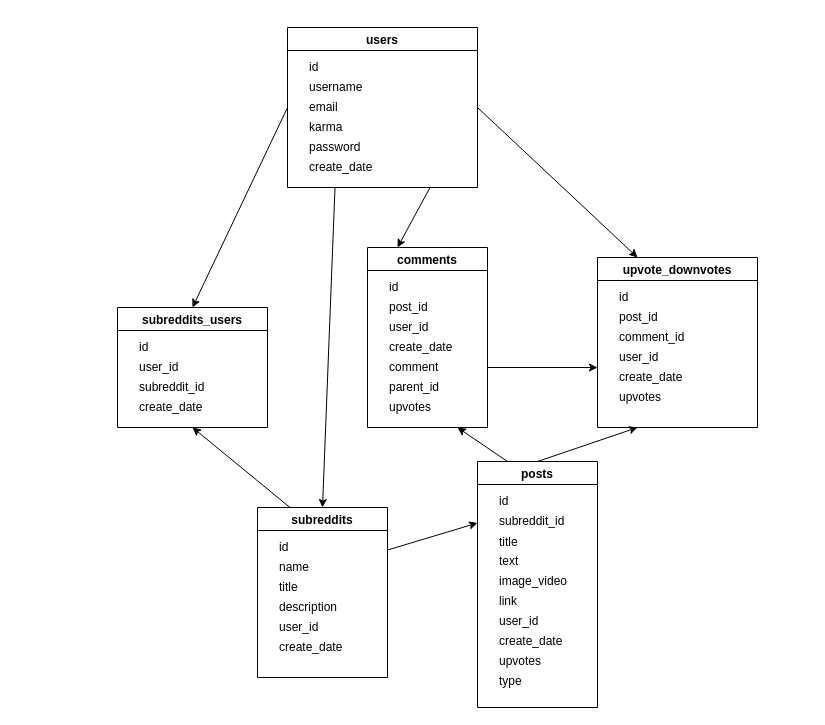
The draw.io diagram schema.drawio in thecodeholic/reddit-clone-deno, before the edit. Source tidied: cells renumbered, new cells numbered last; positions are measured from the earlier drawing's top-left corner, leaving out a move shared by most shapes. Both pictures are drawn from the tidied source at 100%, with x=0, y=0 at pixel (117, 27).
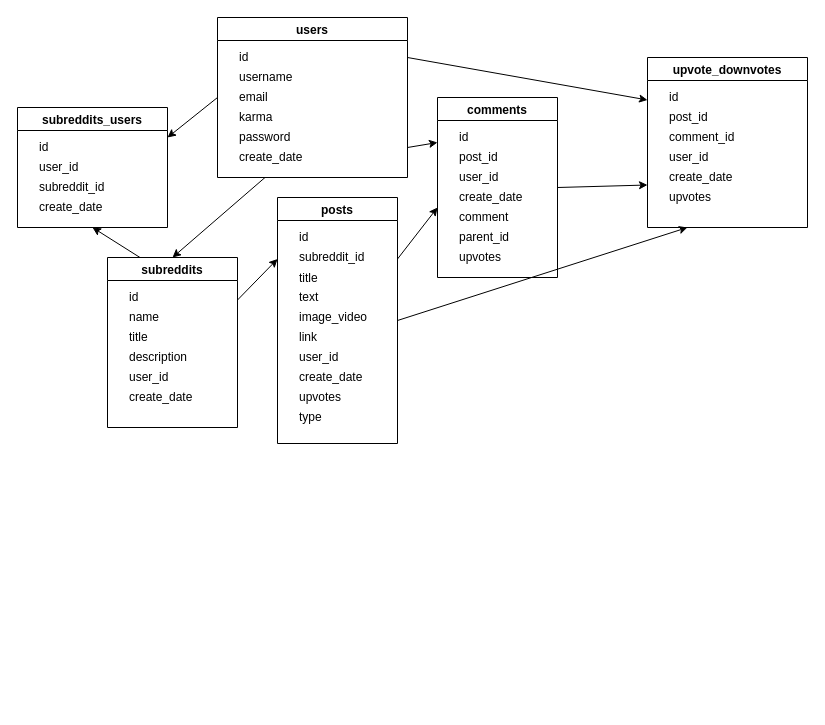
Above is the later version.

The change refers to these unchanged cells:
```xml
<mxCell id="17" value="password" style="text;html=1;strokeColor=none;fillColor=none;align=left;verticalAlign=middle;whiteSpace=wrap;rounded=0;" parent="11" vertex="1">
  <mxGeometry x="20" y="110" width="170" height="20" as="geometry" />
</mxCell>
```

The edit, as a diff of the source:
```diff
@@
-    <mxCell id="4" style="endArrow=classic;html=1;exitX=0.25;exitY=0;exitDx=0;exitDy=0;entryX=0.75;entryY=1;entryDx=0;entryDy=0;" parent="1" edge="1" source="30" target="41">
-      <mxGeometry relative="1" as="geometry" />
+    <mxCell id="4" style="endArrow=classic;html=1;exitX=1;exitY=0.25;exitDx=0;exitDy=0;" parent="1" edge="1" source="30">
+      <mxGeometry relative="1" as="geometry">
+        <mxPoint x="320" y="180" as="targetPoint" />
+      </mxGeometry>
     </mxCell>
-    <mxCell id="5" style="endArrow=classic;html=1;entryX=0.25;entryY=1;entryDx=0;entryDy=0;exitX=0.5;exitY=0;exitDx=0;exitDy=0;" parent="1" edge="1" source="30" target="49">
+    <mxCell id="5" style="endArrow=classic;html=1;entryX=0.25;entryY=1;entryDx=0;entryDy=0;exitX=1;exitY=0.5;exitDx=0;exitDy=0;" parent="1" edge="1" source="30" target="49">
       <mxGeometry relative="1" as="geometry" />
     </mxCell>
-    <mxCell id="6" style="endArrow=classic;html=1;entryX=0.25;entryY=0;entryDx=0;entryDy=0;exitX=0.75;exitY=1;exitDx=0;exitDy=0;" parent="1" edge="1" source="11" target="41">
+    <mxCell id="6" style="endArrow=classic;html=1;entryX=0;entryY=0.25;entryDx=0;entryDy=0;exitX=1;exitY=1;exitDx=0;exitDy=0;" parent="1" edge="1" source="17" target="41">
       <mxGeometry relative="1" as="geometry" />
     </mxCell>
-    <mxCell id="7" style="endArrow=classic;html=1;entryX=0.25;entryY=0;entryDx=0;entryDy=0;exitX=1;exitY=0.5;exitDx=0;exitDy=0;" parent="1" edge="1" source="11" target="49">
+    <mxCell id="7" style="endArrow=classic;html=1;entryX=0;entryY=0.25;entryDx=0;entryDy=0;exitX=1;exitY=0.25;exitDx=0;exitDy=0;" parent="1" edge="1" source="11" target="49">
       <mxGeometry relative="1" as="geometry" />
     </mxCell>
@@
-    <mxCell id="9" style="endArrow=classic;html=1;exitX=0;exitY=0.5;exitDx=0;exitDy=0;entryX=0.5;entryY=0;entryDx=0;entryDy=0;" parent="1" edge="1" source="11" target="25">
+    <mxCell id="9" style="endArrow=classic;html=1;exitX=0;exitY=0.5;exitDx=0;exitDy=0;entryX=1;entryY=0.25;entryDx=0;entryDy=0;" parent="1" edge="1" source="11" target="25">
       <mxGeometry relative="1" as="geometry" />
     </mxCell>
-    <mxCell id="10" style="endArrow=classic;html=1;" parent="1" edge="1">
-      <mxGeometry relative="1" as="geometry">
-        <mxPoint x="370" y="340" as="sourcePoint" />
-        <mxPoint x="480" y="340" as="targetPoint" />
-      </mxGeometry>
+    <mxCell id="10" style="endArrow=classic;html=1;exitX=1;exitY=0.5;exitDx=0;exitDy=0;entryX=0;entryY=0.75;entryDx=0;entryDy=0;" parent="1" edge="1" source="41" target="49">
+      <mxGeometry relative="1" as="geometry" />
     </mxCell>
     <mxCell id="11" value="users" style="swimlane;" parent="1" vertex="1">
-      <mxGeometry x="170" width="190" height="160" as="geometry" />
+      <mxGeometry x="100" y="-10" width="190" height="160" as="geometry" />
     </mxCell>
@@
     <mxCell id="18" value="subreddits" style="swimlane;" parent="1" vertex="1">
-      <mxGeometry x="140" y="480" width="130" height="170" as="geometry" />
+      <mxGeometry x="-10" y="230" width="130" height="170" as="geometry" />
     </mxCell>
@@
     <mxCell id="25" value="subreddits_users" style="swimlane;" parent="1" vertex="1">
-      <mxGeometry y="280" width="150" height="120" as="geometry" />
+      <mxGeometry x="-100" y="80" width="150" height="120" as="geometry" />
     </mxCell>
@@
     <mxCell id="30" value="posts" style="swimlane;" parent="1" vertex="1">
-      <mxGeometry x="360" y="434" width="120" height="246" as="geometry" />
+      <mxGeometry x="160" y="170" width="120" height="246" as="geometry" />
     </mxCell>
@@
     <mxCell id="41" value="comments" style="swimlane;" parent="1" vertex="1">
-      <mxGeometry x="250" y="220" width="120" height="180" as="geometry" />
+      <mxGeometry x="320" y="70" width="120" height="180" as="geometry" />
     </mxCell>
@@
     <mxCell id="49" value="upvote_downvotes" style="swimlane;startSize=23;" parent="1" vertex="1">
-      <mxGeometry x="480" y="230" width="160" height="170" as="geometry" />
+      <mxGeometry x="530" y="30" width="160" height="170" as="geometry" />
     </mxCell>
```
